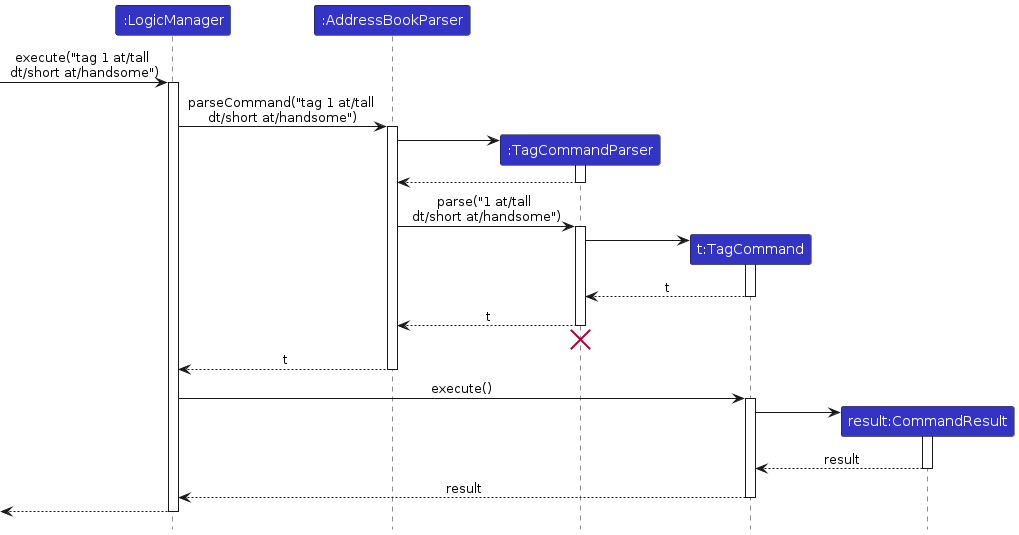
Before: diagrams/tag-feature/TagSequenceDiagram.png, a diagram exported from PlantUML (yucongkoo/tp). Its source is kept beside it as diagrams/tag-feature/TagSequenceDiagram.puml.
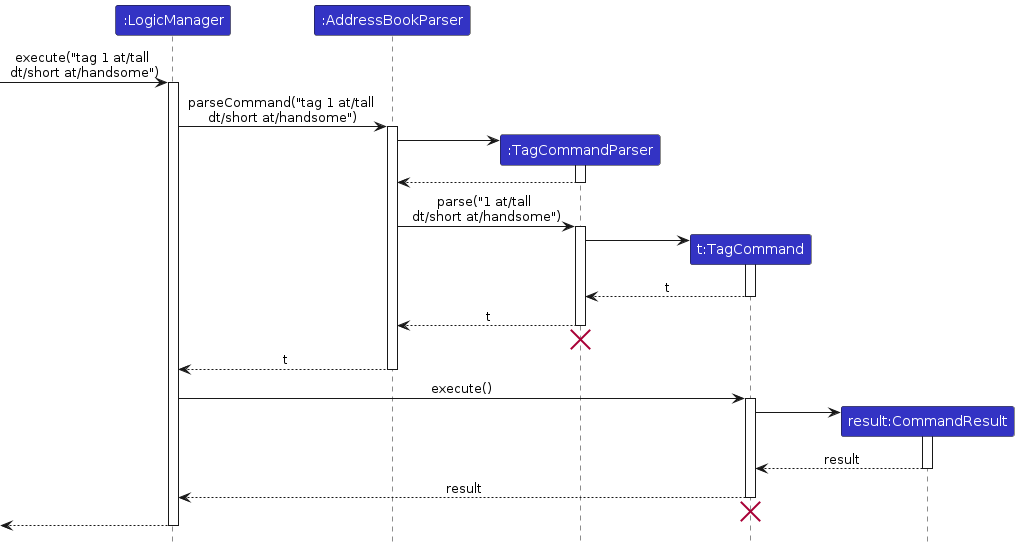
The same file after the commit.

Diff of the diagram source:
```diff
@@ -52,6 +52,8 @@
 
 TagCommand --> LogicManager : result
 deactivate TagCommand
+TagCommand -[hidden]-> LogicManager
+destroy TagCommand
 
 [<--LogicManager
 deactivate LogicManager
```
